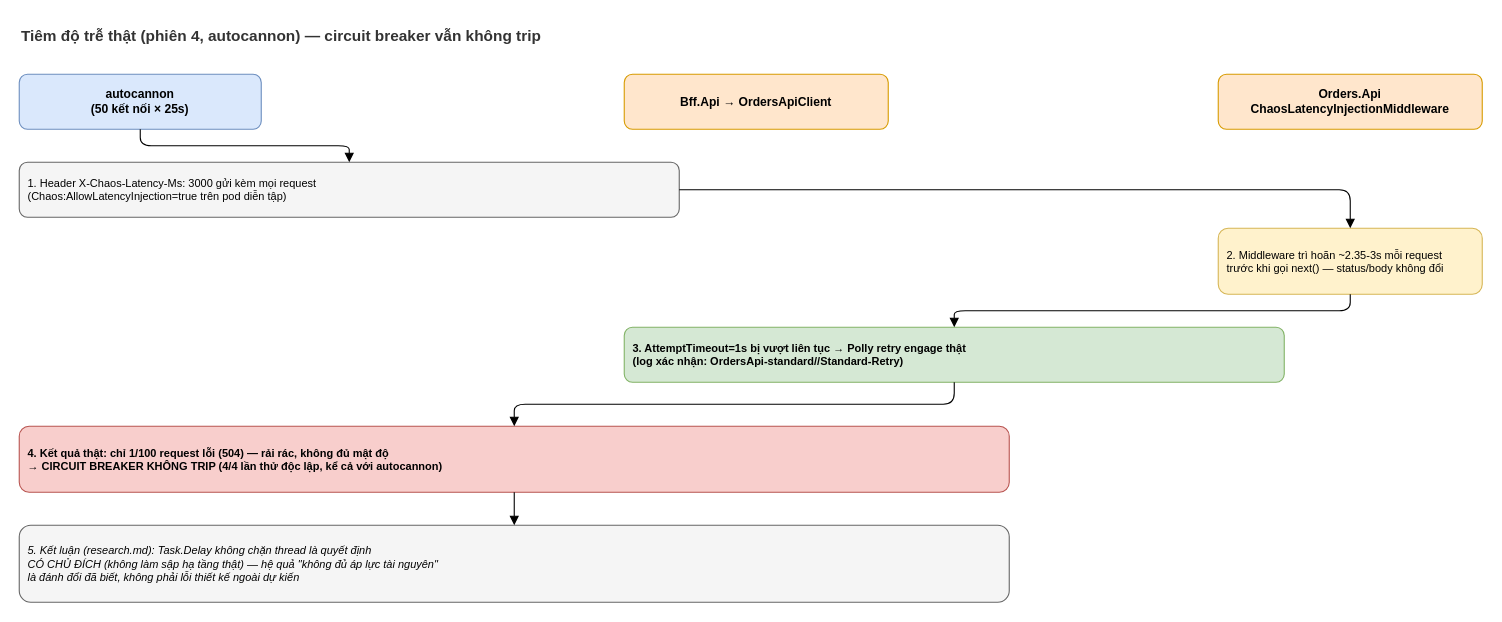
The draw.io diagram docs/diagrams/025-chaos-pod-kill-latency-sequence.drawio in nmhieuit/ecommerce, before the edit. Source tidied: cells renumbered, new cells numbered last; positions are measured from the earlier drawing's top-left corner, leaving out a move shared by most shapes. Both pictures are drawn from the tidied source at 110%, with x=0, y=0 at pixel (19, 19).
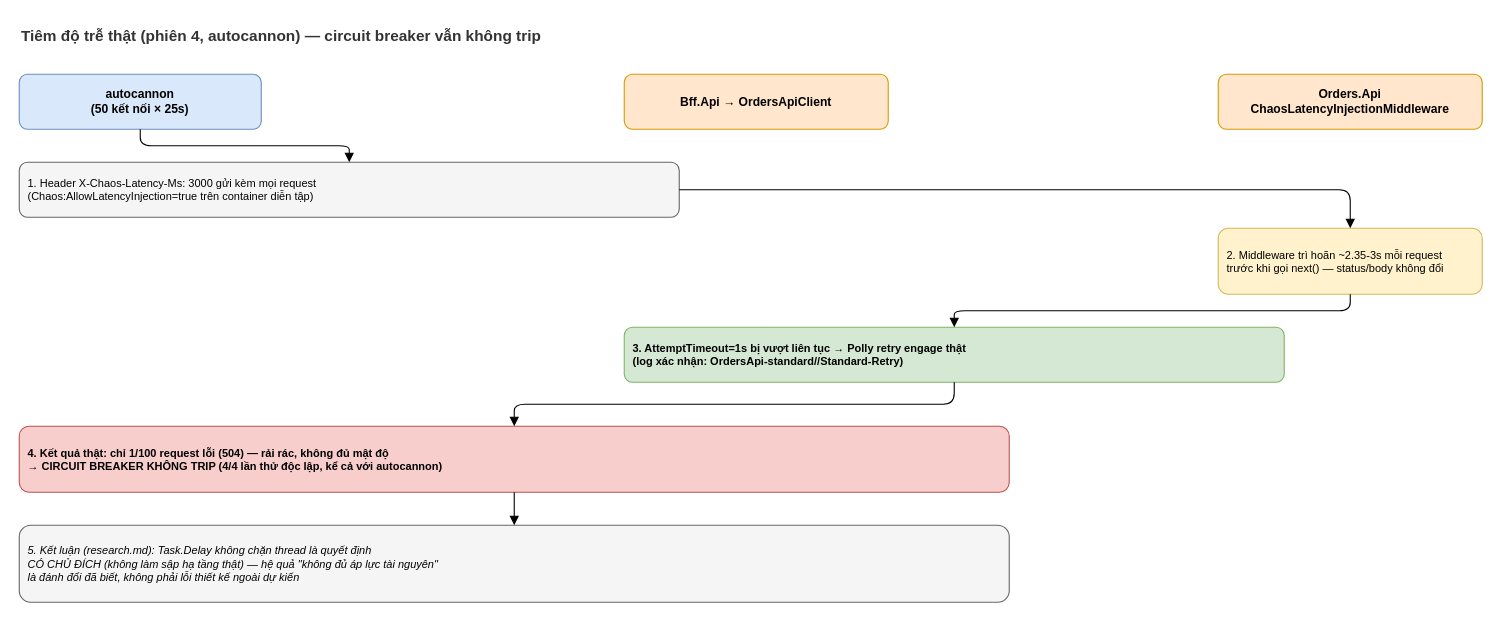
The same diagram, later.

What changed in the source:
```diff
@@
 <mxGraphModel>
   <root>
     <mxCell id="0" />
     <mxCell id="1" parent="0" />
     <mxCell id="2" value="Tiêm độ trễ thật (phiên 4, autocannon) — circuit breaker vẫn không trip" style="text;html=1;fontStyle=1;fontSize=14;fontColor=#333333;" parent="1" vertex="1">
       <mxGeometry width="1000" height="26" as="geometry" />
     </mxCell>
     <mxCell id="3" value="autocannon&#10;(50 kết nối × 25s)" style="rounded=1;whiteSpace=wrap;html=1;fillColor=#dae8fc;strokeColor=#6c8ebf;fontSize=11;fontStyle=1;" parent="1" vertex="1">
       <mxGeometry y="50" width="220" height="50" as="geometry" />
     </mxCell>
     <mxCell id="4" value="Bff.Api → OrdersApiClient" style="rounded=1;whiteSpace=wrap;html=1;fillColor=#ffe6cc;strokeColor=#d79b00;fontSize=11;fontStyle=1;" parent="1" vertex="1">
       <mxGeometry x="550" y="50" width="240" height="50" as="geometry" />
     </mxCell>
     <mxCell id="5" value="Orders.Api&#10;ChaosLatencyInjectionMiddleware" style="rounded=1;whiteSpace=wrap;html=1;fillColor=#ffe6cc;strokeColor=#d79b00;fontSize=11;fontStyle=1;" parent="1" vertex="1">
       <mxGeometry x="1090" y="50" width="240" height="50" as="geometry" />
     </mxCell>
-    <mxCell id="6" value="1. Header X-Chaos-Latency-Ms: 3000 gửi kèm mọi request&#10;(Chaos:AllowLatencyInjection=true trên pod diễn tập)" style="rounded=1;whiteSpace=wrap;html=1;fillColor=#f5f5f5;strokeColor=#666666;fontSize=10;align=left;spacingLeft=6;" parent="1" vertex="1">
+    <mxCell id="6" value="1. Header X-Chaos-Latency-Ms: 3000 gửi kèm mọi request&#10;(Chaos:AllowLatencyInjection=true trên container diễn tập)" style="rounded=1;whiteSpace=wrap;html=1;fillColor=#f5f5f5;strokeColor=#666666;fontSize=10;align=left;spacingLeft=6;" parent="1" vertex="1">
       <mxGeometry y="130" width="600" height="50" as="geometry" />
     </mxCell>
     <mxCell id="7" value="2. Middleware trì hoãn ~2.35-3s mỗi request&#10;trước khi gọi next() — status/body không đổi" style="rounded=1;whiteSpace=wrap;html=1;fillColor=#fff2cc;strokeColor=#d6b656;fontSize=10;align=left;spacingLeft=6;" parent="1" vertex="1">
       <mxGeometry x="1090" y="190" width="240" height="60" as="geometry" />
     </mxCell>
     <mxCell id="8" value="3. AttemptTimeout=1s bị vượt liên tục → Polly retry engage thật&#10;(log xác nhận: OrdersApi-standard//Standard-Retry)" style="rounded=1;whiteSpace=wrap;html=1;fillColor=#d5e8d4;strokeColor=#82b366;fontSize=10;fontStyle=1;align=left;spacingLeft=6;" parent="1" vertex="1">
       <mxGeometry x="550" y="280" width="600" height="50" as="geometry" />
     </mxCell>
     <mxCell id="9" value="4. Kết quả thật: chỉ 1/100 request lỗi (504) — rải rác, không đủ mật độ&#10;→ CIRCUIT BREAKER KHÔNG TRIP (4/4 lần thử độc lập, kể cả với autocannon)" style="rounded=1;whiteSpace=wrap;html=1;fillColor=#f8cecc;strokeColor=#b85450;fontSize=10;fontStyle=1;align=left;spacingLeft=6;" parent="1" vertex="1">
       <mxGeometry y="370" width="900" height="60" as="geometry" />
     </mxCell>
     <mxCell id="10" value="5. Kết luận (research.md): Task.Delay không chặn thread là quyết định&#10;CÓ CHỦ ĐÍCH (không làm sập hạ tầng thật) — hệ quả &quot;không đủ áp lực tài nguyên&quot;&#10;là đánh đổi đã biết, không phải lỗi thiết kế ngoài dự kiến" style="rounded=1;whiteSpace=wrap;html=1;fillColor=#f5f5f5;strokeColor=#666666;fontSize=10;fontStyle=2;align=left;spacingLeft=6;" parent="1" vertex="1">
       <mxGeometry y="460" width="900" height="70" as="geometry" />
     </mxCell>
     <mxCell id="11" style="edgeStyle=orthogonalEdgeStyle;html=1;endArrow=block;fontSize=9;" parent="1" edge="1" source="3" target="6">
       <mxGeometry relative="1" as="geometry" />
     </mxCell>
     <mxCell id="12" style="edgeStyle=orthogonalEdgeStyle;html=1;endArrow=block;fontSize=9;" parent="1" edge="1" source="6" target="7">
       <mxGeometry relative="1" as="geometry" />
     </mxCell>
     <mxCell id="13" style="edgeStyle=orthogonalEdgeStyle;html=1;endArrow=block;fontSize=9;" parent="1" edge="1" source="7" target="8">
       <mxGeometry relative="1" as="geometry" />
     </mxCell>
     <mxCell id="14" style="edgeStyle=orthogonalEdgeStyle;html=1;endArrow=block;fontSize=9;" parent="1" edge="1" source="8" target="9">
       <mxGeometry relative="1" as="geometry" />
     </mxCell>
     <mxCell id="15" style="edgeStyle=orthogonalEdgeStyle;html=1;endArrow=block;fontSize=9;" parent="1" edge="1" source="9" target="10">
       <mxGeometry relative="1" as="geometry" />
     </mxCell>
   </root>
 </mxGraphModel>
```
